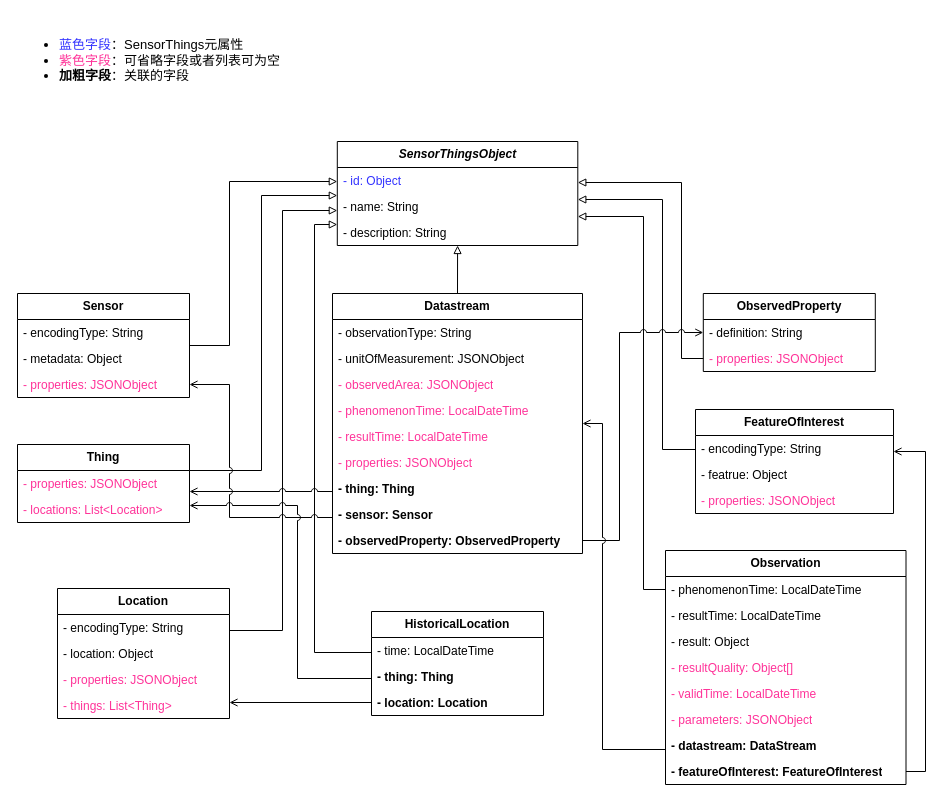
Earlier version of the draw.io diagram page "SensorThings API模型" (1 of 6) of docs/diagram/模型图.dio (hubu-mdzhang/swmm-sensorthings). Source tidied: cells renumbered, new cells numbered last; positions are measured from the earlier drawing's top-left corner, leaving out a move shared by most shapes. Both pictures are drawn from the tidied source at 100%, with x=0, y=0 at pixel (17, 17).
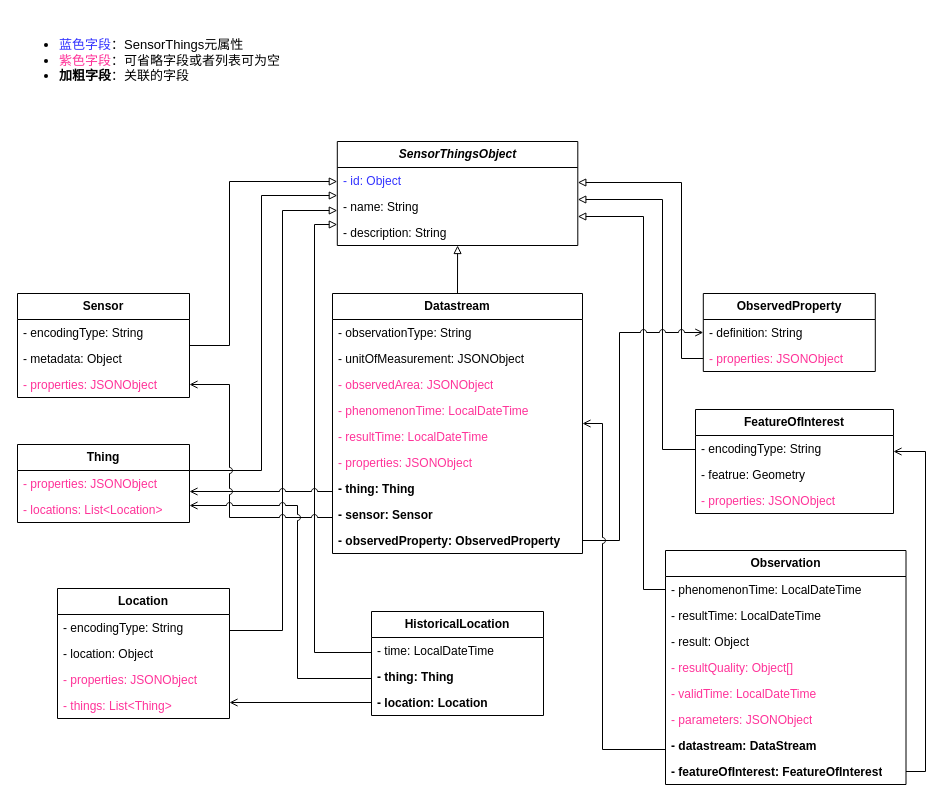
Above is the later version.

Unchanged cells that the change refers to:
```xml
<mxCell id="33" value="FeatureOfInterest" style="swimlane;fontStyle=1;horizontal=1;startSize=26;fillColor=none;whiteSpace=wrap;html=1;strokeColor=default;" parent="1" vertex="1">
  <mxGeometry x="678" y="392" width="198" height="104" as="geometry" />
</mxCell>
```

Change to the diagram source:
```diff
@@
-    <mxCell id="35" value="- featrue: Object" style="text;align=left;verticalAlign=top;spacingLeft=4;spacingRight=4;overflow=hidden;whiteSpace=wrap;html=1;strokeColor=none;" parent="33" vertex="1">
+    <mxCell id="35" value="- featrue: Geometry" style="text;align=left;verticalAlign=top;spacingLeft=4;spacingRight=4;overflow=hidden;whiteSpace=wrap;html=1;strokeColor=none;" parent="33" vertex="1">
       <mxGeometry y="52" width="198" height="26" as="geometry" />
     </mxCell>
```
